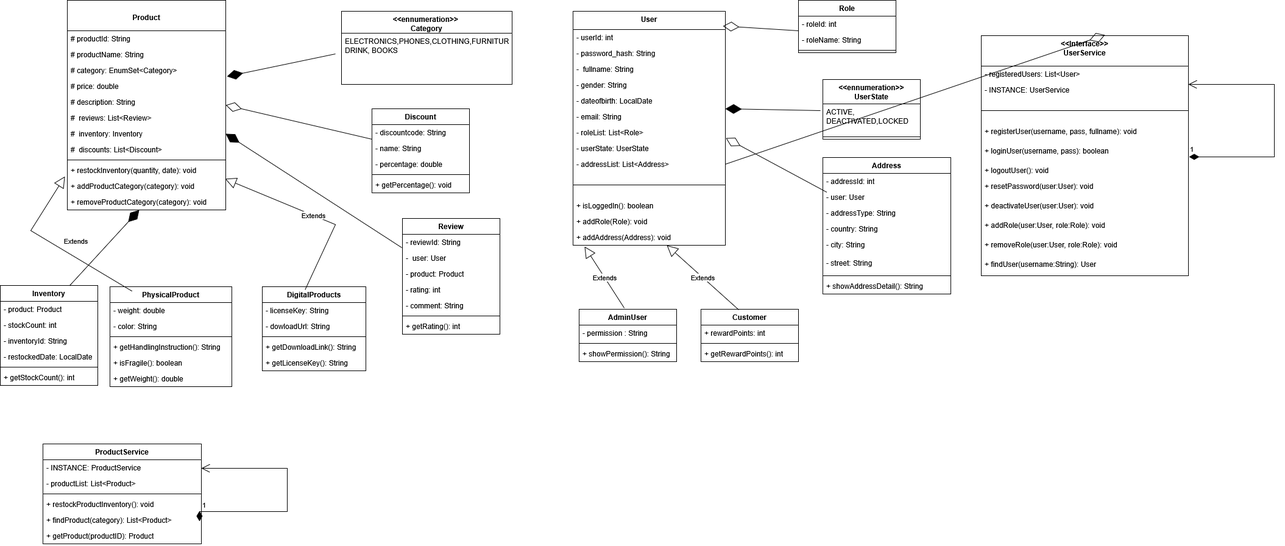
Above: src/com/ecommerce/resources/Ecommersesystem.png in brightoibe/ecommerce (draw.io), before the change. Source tidied: cells renumbered, new cells last; positions are measured from the earlier drawing's top-left corner, leaving out a move shared by most shapes.
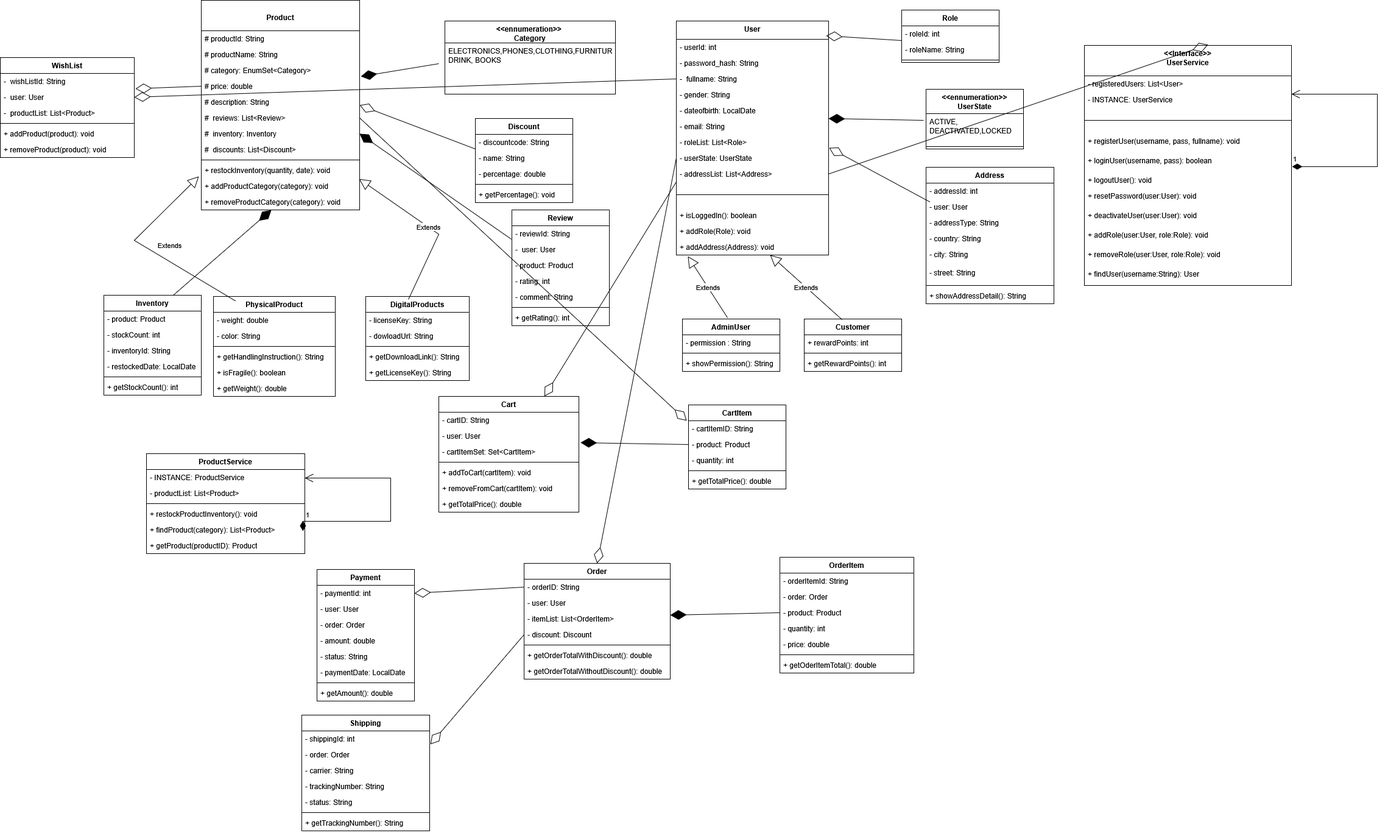
The same file after the commit.

Commit message:
Updated UML Diagram

Diff of the diagram source:
```diff
@@ -137,7 +137,7 @@
       <mxGeometry y="90" width="160" height="8" as="geometry" />
     </mxCell>
     <mxCell id="45" value="&lt;div&gt;&lt;br&gt;&lt;/div&gt;&lt;div&gt;Product&lt;/div&gt;" style="swimlane;fontStyle=1;align=center;verticalAlign=top;horizontal=1;startSize=50;whiteSpace=wrap;html=1;" parent="1" vertex="1">
-      <mxGeometry x="110" width="260" height="344" as="geometry" />
+      <mxGeometry x="160" y="-16" width="260" height="344" as="geometry" />
     </mxCell>
     <mxCell id="46" value="# productId: String" style="text;strokeColor=none;fillColor=none;align=left;verticalAlign=top;spacingLeft=4;spacingRight=4;overflow=hidden;whiteSpace=wrap;html=1;" parent="45" vertex="1">
       <mxGeometry y="50" width="260" height="26" as="geometry" />
@@ -260,7 +260,7 @@
       <mxGeometry y="112" width="160" height="26" as="geometry" />
     </mxCell>
     <mxCell id="86" value="Review" style="swimlane;fontStyle=1;align=center;verticalAlign=top;horizontal=1;startSize=26;whiteSpace=wrap;html=1;" parent="1" vertex="1">
-      <mxGeometry x="660" y="358" width="160" height="190" as="geometry" />
+      <mxGeometry x="670" y="328" width="160" height="190" as="geometry" />
     </mxCell>
     <mxCell id="87" value="- reviewId: String" style="text;strokeColor=none;fillColor=none;align=left;verticalAlign=top;spacingLeft=4;spacingRight=4;overflow=hidden;points=[[0,0.5],[1,0.5]];portConstraint=eastwest;whiteSpace=wrap;html=1;" parent="86" vertex="1">
       <mxGeometry y="26" width="160" height="26" as="geometry" />
@@ -386,5 +386,194 @@
     <mxCell id="121" style="endArrow=diamondThin;endFill=0;endSize=24;html=1;rounded=0;entryX=0.597;entryY=-0.003;entryDx=0;entryDy=0;entryPerimeter=0;exitX=1;exitY=0.5;exitDx=0;exitDy=0;" parent="1" edge="1" source="11" target="29">
       <mxGeometry relative="1" as="geometry" />
     </mxCell>
+    <mxCell id="122" value="Cart" style="swimlane;fontStyle=1;align=center;verticalAlign=top;horizontal=1;startSize=26;whiteSpace=wrap;html=1;" parent="1" vertex="1">
+      <mxGeometry x="550" y="634" width="230" height="190" as="geometry" />
+    </mxCell>
+    <mxCell id="123" value="- cartID: String" style="text;strokeColor=none;fillColor=none;align=left;verticalAlign=top;spacingLeft=4;spacingRight=4;overflow=hidden;whiteSpace=wrap;html=1;" parent="122" vertex="1">
+      <mxGeometry y="26" width="230" height="26" as="geometry" />
+    </mxCell>
+    <mxCell id="124" value="- user: User" style="text;strokeColor=none;fillColor=none;align=left;verticalAlign=top;spacingLeft=4;spacingRight=4;overflow=hidden;whiteSpace=wrap;html=1;" parent="122" vertex="1">
+      <mxGeometry y="52" width="230" height="26" as="geometry" />
+    </mxCell>
+    <mxCell id="125" value="- cartItemSet: Set&amp;lt;CartItem&amp;gt;" style="text;strokeColor=none;fillColor=none;align=left;verticalAlign=top;spacingLeft=4;spacingRight=4;overflow=hidden;points=[[0,0.5],[1,0.5]];portConstraint=eastwest;whiteSpace=wrap;html=1;" parent="122" vertex="1">
+      <mxGeometry y="78" width="230" height="26" as="geometry" />
+    </mxCell>
+    <mxCell id="126" style="line;strokeWidth=1;fillColor=none;align=left;verticalAlign=middle;spacingTop=-1;spacingLeft=3;spacingRight=3;labelPosition=right;strokeColor=inherit;" parent="122" vertex="1">
+      <mxGeometry y="104" width="230" height="8" as="geometry" />
+    </mxCell>
+    <mxCell id="127" value="+ addToCart(cartItem): void" style="text;strokeColor=none;fillColor=none;align=left;verticalAlign=top;spacingLeft=4;spacingRight=4;overflow=hidden;whiteSpace=wrap;html=1;" parent="122" vertex="1">
+      <mxGeometry y="112" width="230" height="26" as="geometry" />
+    </mxCell>
+    <mxCell id="128" value="+ removeFromCart(cartItem): void" style="text;strokeColor=none;fillColor=none;align=left;verticalAlign=top;spacingLeft=4;spacingRight=4;overflow=hidden;whiteSpace=wrap;html=1;" parent="122" vertex="1">
+      <mxGeometry y="138" width="230" height="26" as="geometry" />
+    </mxCell>
+    <mxCell id="129" value="+ getTotalPrice(): double" style="text;strokeColor=none;fillColor=none;align=left;verticalAlign=top;spacingLeft=4;spacingRight=4;overflow=hidden;whiteSpace=wrap;html=1;" parent="122" vertex="1">
+      <mxGeometry y="164" width="230" height="26" as="geometry" />
+    </mxCell>
+    <mxCell id="130" value="CartItem" style="swimlane;fontStyle=1;align=center;verticalAlign=top;horizontal=1;startSize=26;whiteSpace=wrap;html=1;" parent="1" vertex="1">
+      <mxGeometry x="960" y="648" width="160" height="138" as="geometry" />
+    </mxCell>
+    <mxCell id="131" value="- cartItemID: String" style="text;strokeColor=none;fillColor=none;align=left;verticalAlign=top;spacingLeft=4;spacingRight=4;overflow=hidden;points=[[0,0.5],[1,0.5]];portConstraint=eastwest;whiteSpace=wrap;html=1;" parent="130" vertex="1">
+      <mxGeometry y="26" width="160" height="26" as="geometry" />
+    </mxCell>
+    <mxCell id="132" value="- product: Product" style="text;strokeColor=none;fillColor=none;align=left;verticalAlign=top;spacingLeft=4;spacingRight=4;overflow=hidden;points=[[0,0.5],[1,0.5]];portConstraint=eastwest;whiteSpace=wrap;html=1;" parent="130" vertex="1">
+      <mxGeometry y="52" width="160" height="26" as="geometry" />
+    </mxCell>
+    <mxCell id="133" value="- quantity: int" style="text;strokeColor=none;fillColor=none;align=left;verticalAlign=top;spacingLeft=4;spacingRight=4;overflow=hidden;whiteSpace=wrap;html=1;" parent="130" vertex="1">
+      <mxGeometry y="78" width="160" height="26" as="geometry" />
+    </mxCell>
+    <mxCell id="134" style="line;strokeWidth=1;fillColor=none;align=left;verticalAlign=middle;spacingTop=-1;spacingLeft=3;spacingRight=3;labelPosition=right;strokeColor=inherit;" parent="130" vertex="1">
+      <mxGeometry y="104" width="160" height="8" as="geometry" />
+    </mxCell>
+    <mxCell id="135" value="+ getTotalPrice(): double" style="text;strokeColor=none;fillColor=none;align=left;verticalAlign=top;spacingLeft=4;spacingRight=4;overflow=hidden;whiteSpace=wrap;html=1;" parent="130" vertex="1">
+      <mxGeometry y="112" width="160" height="26" as="geometry" />
+    </mxCell>
+    <mxCell id="136" value="Order" style="swimlane;fontStyle=1;align=center;verticalAlign=top;horizontal=1;startSize=26;whiteSpace=wrap;html=1;" parent="1" vertex="1">
+      <mxGeometry x="690" y="908" width="240" height="190" as="geometry" />
+    </mxCell>
+    <mxCell id="137" value="- orderID: String" style="text;strokeColor=none;fillColor=none;align=left;verticalAlign=top;spacingLeft=4;spacingRight=4;overflow=hidden;points=[[0,0.5],[1,0.5]];portConstraint=eastwest;whiteSpace=wrap;html=1;" parent="136" vertex="1">
+      <mxGeometry y="26" width="240" height="26" as="geometry" />
+    </mxCell>
+    <mxCell id="138" value="- user: User" style="text;strokeColor=none;fillColor=none;align=left;verticalAlign=top;spacingLeft=4;spacingRight=4;overflow=hidden;whiteSpace=wrap;html=1;" parent="136" vertex="1">
+      <mxGeometry y="52" width="240" height="26" as="geometry" />
+    </mxCell>
+    <mxCell id="139" value="- itemList: List&amp;lt;OrderItem&amp;gt;" style="text;strokeColor=none;fillColor=none;align=left;verticalAlign=top;spacingLeft=4;spacingRight=4;overflow=hidden;points=[[0,0.5],[1,0.5]];portConstraint=eastwest;whiteSpace=wrap;html=1;" parent="136" vertex="1">
+      <mxGeometry y="78" width="240" height="26" as="geometry" />
+    </mxCell>
+    <mxCell id="140" value="- discount: Discount" style="text;strokeColor=none;fillColor=none;align=left;verticalAlign=top;spacingLeft=4;spacingRight=4;overflow=hidden;points=[[0,0.5],[1,0.5]];portConstraint=eastwest;whiteSpace=wrap;html=1;" parent="136" vertex="1">
+      <mxGeometry y="104" width="240" height="26" as="geometry" />
+    </mxCell>
+    <mxCell id="141" style="line;strokeWidth=1;fillColor=none;align=left;verticalAlign=middle;spacingTop=-1;spacingLeft=3;spacingRight=3;labelPosition=right;strokeColor=inherit;" parent="136" vertex="1">
+      <mxGeometry y="130" width="240" height="8" as="geometry" />
+    </mxCell>
+    <mxCell id="142" value="+ getOrderTotalWithDiscount(): double" style="text;strokeColor=none;fillColor=none;align=left;verticalAlign=top;spacingLeft=4;spacingRight=4;overflow=hidden;whiteSpace=wrap;html=1;" parent="136" vertex="1">
+      <mxGeometry y="138" width="240" height="26" as="geometry" />
+    </mxCell>
+    <mxCell id="143" value="+ getOrderTotalWithoutDiscount(): double" style="text;strokeColor=none;fillColor=none;align=left;verticalAlign=top;spacingLeft=4;spacingRight=4;overflow=hidden;whiteSpace=wrap;html=1;" parent="136" vertex="1">
+      <mxGeometry y="164" width="240" height="26" as="geometry" />
+    </mxCell>
+    <mxCell id="144" value="OrderItem" style="swimlane;fontStyle=1;align=center;verticalAlign=top;horizontal=1;startSize=26;whiteSpace=wrap;html=1;" parent="1" vertex="1">
+      <mxGeometry x="1110" y="898" width="220" height="190" as="geometry" />
+    </mxCell>
+    <mxCell id="145" value="- orderItemId: String" style="text;strokeColor=none;fillColor=none;align=left;verticalAlign=top;spacingLeft=4;spacingRight=4;overflow=hidden;whiteSpace=wrap;html=1;" parent="144" vertex="1">
+      <mxGeometry y="26" width="220" height="26" as="geometry" />
+    </mxCell>
+    <mxCell id="146" value="- order: Order" style="text;strokeColor=none;fillColor=none;align=left;verticalAlign=top;spacingLeft=4;spacingRight=4;overflow=hidden;whiteSpace=wrap;html=1;" parent="144" vertex="1">
+      <mxGeometry y="52" width="220" height="26" as="geometry" />
+    </mxCell>
+    <mxCell id="147" value="- product: Product" style="text;strokeColor=none;fillColor=none;align=left;verticalAlign=top;spacingLeft=4;spacingRight=4;overflow=hidden;points=[[0,0.5],[1,0.5]];portConstraint=eastwest;whiteSpace=wrap;html=1;" parent="144" vertex="1">
+      <mxGeometry y="78" width="220" height="26" as="geometry" />
+    </mxCell>
+    <mxCell id="148" value="- quantity: int" style="text;strokeColor=none;fillColor=none;align=left;verticalAlign=top;spacingLeft=4;spacingRight=4;overflow=hidden;whiteSpace=wrap;html=1;" parent="144" vertex="1">
+      <mxGeometry y="104" width="220" height="26" as="geometry" />
+    </mxCell>
+    <mxCell id="149" value="- price: double" style="text;strokeColor=none;fillColor=none;align=left;verticalAlign=top;spacingLeft=4;spacingRight=4;overflow=hidden;whiteSpace=wrap;html=1;" parent="144" vertex="1">
+      <mxGeometry y="130" width="220" height="26" as="geometry" />
+    </mxCell>
+    <mxCell id="150" style="line;strokeWidth=1;fillColor=none;align=left;verticalAlign=middle;spacingTop=-1;spacingLeft=3;spacingRight=3;labelPosition=right;strokeColor=inherit;" parent="144" vertex="1">
+      <mxGeometry y="156" width="220" height="8" as="geometry" />
+    </mxCell>
+    <mxCell id="151" value="+ getOderItemTotal(): double" style="text;strokeColor=none;fillColor=none;align=left;verticalAlign=top;spacingLeft=4;spacingRight=4;overflow=hidden;whiteSpace=wrap;html=1;" parent="144" vertex="1">
+      <mxGeometry y="164" width="220" height="26" as="geometry" />
+    </mxCell>
+    <mxCell id="152" style="endArrow=diamondThin;endFill=1;endSize=24;html=1;rounded=0;exitX=0;exitY=0.5;exitDx=0;exitDy=0;entryX=1;entryY=0.269;entryDx=0;entryDy=0;entryPerimeter=0;" parent="1" edge="1" source="147" target="139">
+      <mxGeometry relative="1" as="geometry" />
+    </mxCell>
+    <mxCell id="153" style="endArrow=diamondThin;endFill=1;endSize=24;html=1;rounded=0;exitX=0;exitY=0.5;exitDx=0;exitDy=0;entryX=1.012;entryY=-0.077;entryDx=0;entryDy=0;entryPerimeter=0;" parent="1" edge="1" source="132" target="125">
+      <mxGeometry relative="1" as="geometry" />
+    </mxCell>
+    <mxCell id="154" value="Payment" style="swimlane;fontStyle=1;align=center;verticalAlign=top;horizontal=1;startSize=26;whiteSpace=wrap;html=1;" parent="1" vertex="1">
+      <mxGeometry x="350" y="918" width="160" height="216" as="geometry" />
+    </mxCell>
+    <mxCell id="155" value="- paymentId: int" style="text;strokeColor=none;fillColor=none;align=left;verticalAlign=top;spacingLeft=4;spacingRight=4;overflow=hidden;points=[[0,0.5],[1,0.5]];portConstraint=eastwest;whiteSpace=wrap;html=1;" parent="154" vertex="1">
+      <mxGeometry y="26" width="160" height="26" as="geometry" />
+    </mxCell>
+    <mxCell id="156" value="- user: User" style="text;strokeColor=none;fillColor=none;align=left;verticalAlign=top;spacingLeft=4;spacingRight=4;overflow=hidden;whiteSpace=wrap;html=1;" parent="154" vertex="1">
+      <mxGeometry y="52" width="160" height="26" as="geometry" />
+    </mxCell>
+    <mxCell id="157" value="- order: Order" style="text;strokeColor=none;fillColor=none;align=left;verticalAlign=top;spacingLeft=4;spacingRight=4;overflow=hidden;whiteSpace=wrap;html=1;" parent="154" vertex="1">
+      <mxGeometry y="78" width="160" height="26" as="geometry" />
+    </mxCell>
+    <mxCell id="158" value="- amount: double" style="text;strokeColor=none;fillColor=none;align=left;verticalAlign=top;spacingLeft=4;spacingRight=4;overflow=hidden;whiteSpace=wrap;html=1;" parent="154" vertex="1">
+      <mxGeometry y="104" width="160" height="26" as="geometry" />
+    </mxCell>
+    <mxCell id="159" value="- status: String" style="text;strokeColor=none;fillColor=none;align=left;verticalAlign=top;spacingLeft=4;spacingRight=4;overflow=hidden;whiteSpace=wrap;html=1;" parent="154" vertex="1">
+      <mxGeometry y="130" width="160" height="26" as="geometry" />
+    </mxCell>
+    <mxCell id="160" value="- paymentDate: LocalDate" style="text;strokeColor=none;fillColor=none;align=left;verticalAlign=top;spacingLeft=4;spacingRight=4;overflow=hidden;whiteSpace=wrap;html=1;" parent="154" vertex="1">
+      <mxGeometry y="156" width="160" height="26" as="geometry" />
+    </mxCell>
+    <mxCell id="161" style="line;strokeWidth=1;fillColor=none;align=left;verticalAlign=middle;spacingTop=-1;spacingLeft=3;spacingRight=3;labelPosition=right;strokeColor=inherit;" parent="154" vertex="1">
+      <mxGeometry y="182" width="160" height="8" as="geometry" />
+    </mxCell>
+    <mxCell id="162" value="+ getAmount(): double" style="text;strokeColor=none;fillColor=none;align=left;verticalAlign=top;spacingLeft=4;spacingRight=4;overflow=hidden;whiteSpace=wrap;html=1;" parent="154" vertex="1">
+      <mxGeometry y="190" width="160" height="26" as="geometry" />
+    </mxCell>
+    <mxCell id="163" style="endArrow=diamondThin;endFill=0;endSize=24;html=1;rounded=0;entryX=1;entryY=0.5;entryDx=0;entryDy=0;exitX=0;exitY=0.5;exitDx=0;exitDy=0;" parent="1" edge="1" source="137" target="155">
+      <mxGeometry relative="1" as="geometry" />
+    </mxCell>
+    <mxCell id="164" value="Shipping" style="swimlane;fontStyle=1;align=center;verticalAlign=top;horizontal=1;startSize=26;whiteSpace=wrap;html=1;" parent="1" vertex="1">
+      <mxGeometry x="325" y="1157" width="210" height="190" as="geometry" />
+    </mxCell>
+    <mxCell id="165" value="- shippingId: int" style="text;strokeColor=none;fillColor=none;align=left;verticalAlign=top;spacingLeft=4;spacingRight=4;overflow=hidden;points=[[0,0.5],[1,0.5]];portConstraint=eastwest;whiteSpace=wrap;html=1;" parent="164" vertex="1">
+      <mxGeometry y="26" width="210" height="26" as="geometry" />
+    </mxCell>
+    <mxCell id="166" value="- order: Order" style="text;strokeColor=none;fillColor=none;align=left;verticalAlign=top;spacingLeft=4;spacingRight=4;overflow=hidden;whiteSpace=wrap;html=1;" parent="164" vertex="1">
+      <mxGeometry y="52" width="210" height="26" as="geometry" />
+    </mxCell>
+    <mxCell id="167" value="- carrier: String" style="text;strokeColor=none;fillColor=none;align=left;verticalAlign=top;spacingLeft=4;spacingRight=4;overflow=hidden;whiteSpace=wrap;html=1;" parent="164" vertex="1">
+      <mxGeometry y="78" width="210" height="26" as="geometry" />
+    </mxCell>
+    <mxCell id="168" value="- trackingNumber: String" style="text;strokeColor=none;fillColor=none;align=left;verticalAlign=top;spacingLeft=4;spacingRight=4;overflow=hidden;whiteSpace=wrap;html=1;" parent="164" vertex="1">
+      <mxGeometry y="104" width="210" height="26" as="geometry" />
+    </mxCell>
+    <mxCell id="169" value="- status: String" style="text;strokeColor=none;fillColor=none;align=left;verticalAlign=top;spacingLeft=4;spacingRight=4;overflow=hidden;whiteSpace=wrap;html=1;" parent="164" vertex="1">
+      <mxGeometry y="130" width="210" height="26" as="geometry" />
+    </mxCell>
+    <mxCell id="170" style="line;strokeWidth=1;fillColor=none;align=left;verticalAlign=middle;spacingTop=-1;spacingLeft=3;spacingRight=3;labelPosition=right;strokeColor=inherit;" parent="164" vertex="1">
+      <mxGeometry y="156" width="210" height="8" as="geometry" />
+    </mxCell>
+    <mxCell id="171" value="+ getTrackingNumber(): String" style="text;strokeColor=none;fillColor=none;align=left;verticalAlign=top;spacingLeft=4;spacingRight=4;overflow=hidden;whiteSpace=wrap;html=1;" parent="164" vertex="1">
+      <mxGeometry y="164" width="210" height="26" as="geometry" />
+    </mxCell>
+    <mxCell id="172" style="endArrow=diamondThin;endFill=0;endSize=24;html=1;rounded=0;entryX=1.005;entryY=0.846;entryDx=0;entryDy=0;entryPerimeter=0;exitX=0;exitY=0.5;exitDx=0;exitDy=0;" parent="1" edge="1" source="140" target="165">
+      <mxGeometry relative="1" as="geometry" />
+    </mxCell>
+    <mxCell id="173" style="endArrow=diamondThin;endFill=0;endSize=24;html=1;rounded=0;exitX=0;exitY=1;exitDx=0;exitDy=0;exitPerimeter=0;" parent="1" edge="1" source="11" target="122">
+      <mxGeometry relative="1" as="geometry" />
+    </mxCell>
+    <mxCell id="174" style="endArrow=diamondThin;endFill=0;endSize=24;html=1;rounded=0;exitX=0;exitY=0.5;exitDx=0;exitDy=0;entryX=0.5;entryY=0;entryDx=0;entryDy=0;" parent="1" edge="1" source="10" target="136">
+      <mxGeometry relative="1" as="geometry" />
+    </mxCell>
+    <mxCell id="175" style="endArrow=diamondThin;endFill=0;endSize=24;html=1;rounded=0;entryX=-0.019;entryY=0;entryDx=0;entryDy=0;entryPerimeter=0;exitX=1;exitY=0.5;exitDx=0;exitDy=0;" parent="1" edge="1" source="51" target="131">
+      <mxGeometry relative="1" as="geometry" />
+    </mxCell>
+    <mxCell id="176" value="WishList" style="swimlane;fontStyle=1;align=center;verticalAlign=top;horizontal=1;startSize=26;whiteSpace=wrap;html=1;" parent="1" vertex="1">
+      <mxGeometry x="-170" y="78" width="220" height="164" as="geometry" />
+    </mxCell>
+    <mxCell id="177" value="-&amp;nbsp; wishListId: String" style="text;strokeColor=none;fillColor=none;align=left;verticalAlign=top;spacingLeft=4;spacingRight=4;overflow=hidden;whiteSpace=wrap;html=1;" parent="176" vertex="1">
+      <mxGeometry y="26" width="220" height="26" as="geometry" />
+    </mxCell>
+    <mxCell id="178" value="-&amp;nbsp; user: User" style="text;strokeColor=none;fillColor=none;align=left;verticalAlign=top;spacingLeft=4;spacingRight=4;overflow=hidden;points=[[0,0.5],[1,0.5]];portConstraint=eastwest;whiteSpace=wrap;html=1;" parent="176" vertex="1">
+      <mxGeometry y="52" width="220" height="26" as="geometry" />
+    </mxCell>
+    <mxCell id="179" value="-&amp;nbsp; productList: List&amp;lt;Product&amp;gt;" style="text;strokeColor=none;fillColor=none;align=left;verticalAlign=top;spacingLeft=4;spacingRight=4;overflow=hidden;whiteSpace=wrap;html=1;" parent="176" vertex="1">
+      <mxGeometry y="78" width="220" height="26" as="geometry" />
+    </mxCell>
+    <mxCell id="180" style="line;strokeWidth=1;fillColor=none;align=left;verticalAlign=middle;spacingTop=-1;spacingLeft=3;spacingRight=3;labelPosition=right;strokeColor=inherit;" parent="176" vertex="1">
+      <mxGeometry y="104" width="220" height="8" as="geometry" />
+    </mxCell>
+    <mxCell id="181" value="+ addProduct(product): void" style="text;strokeColor=none;fillColor=none;align=left;verticalAlign=top;spacingLeft=4;spacingRight=4;overflow=hidden;whiteSpace=wrap;html=1;" parent="176" vertex="1">
+      <mxGeometry y="112" width="220" height="26" as="geometry" />
+    </mxCell>
+    <mxCell id="182" value="+ removeProduct(product): void" style="text;strokeColor=none;fillColor=none;align=left;verticalAlign=top;spacingLeft=4;spacingRight=4;overflow=hidden;whiteSpace=wrap;html=1;" parent="176" vertex="1">
+      <mxGeometry y="138" width="220" height="26" as="geometry" />
+    </mxCell>
+    <mxCell id="183" style="endArrow=diamondThin;endFill=0;endSize=24;html=1;rounded=0;entryX=1.009;entryY=-0.038;entryDx=0;entryDy=0;entryPerimeter=0;exitX=0;exitY=0.5;exitDx=0;exitDy=0;" parent="1" edge="1" source="49" target="178">
+      <mxGeometry relative="1" as="geometry" />
+    </mxCell>
+    <mxCell id="184" style="endArrow=diamondThin;endFill=0;endSize=24;html=1;rounded=0;entryX=1;entryY=0.5;entryDx=0;entryDy=0;exitX=0;exitY=0.5;exitDx=0;exitDy=0;" parent="1" edge="1" source="5" target="178">
+      <mxGeometry relative="1" as="geometry" />
+    </mxCell>
   </root>
 </mxGraphModel>
```
